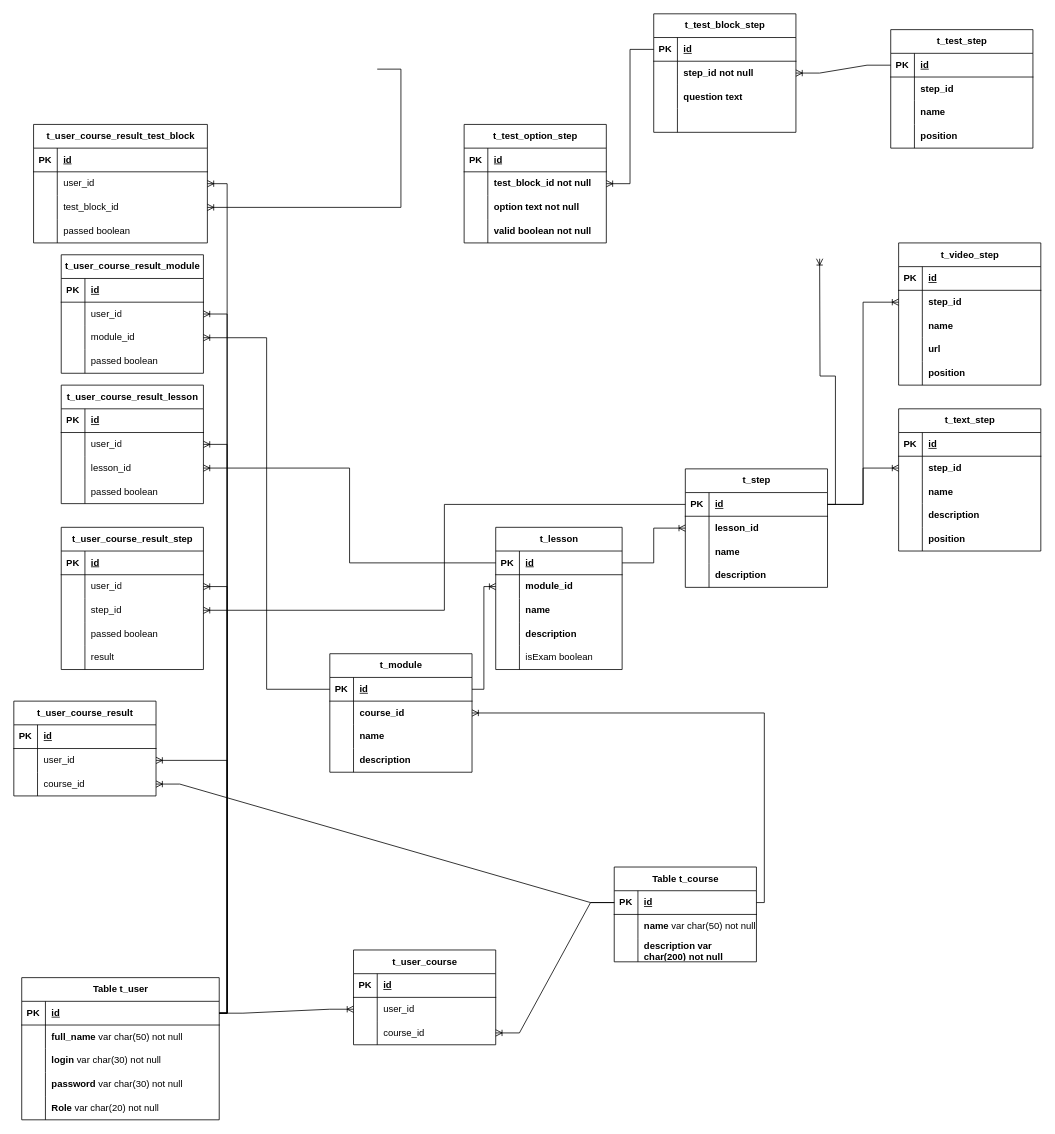
Qatarbae/School keeps this draw.io diagram as docs/brows.drawio. Above is the earlier version. Source tidied: cells renumbered, new cells numbered last; positions are measured from the earlier drawing's top-left corner, leaving out a move shared by most shapes. Both pictures are drawn from the tidied source at 79%, with x=0, y=0 at pixel (13, 13).
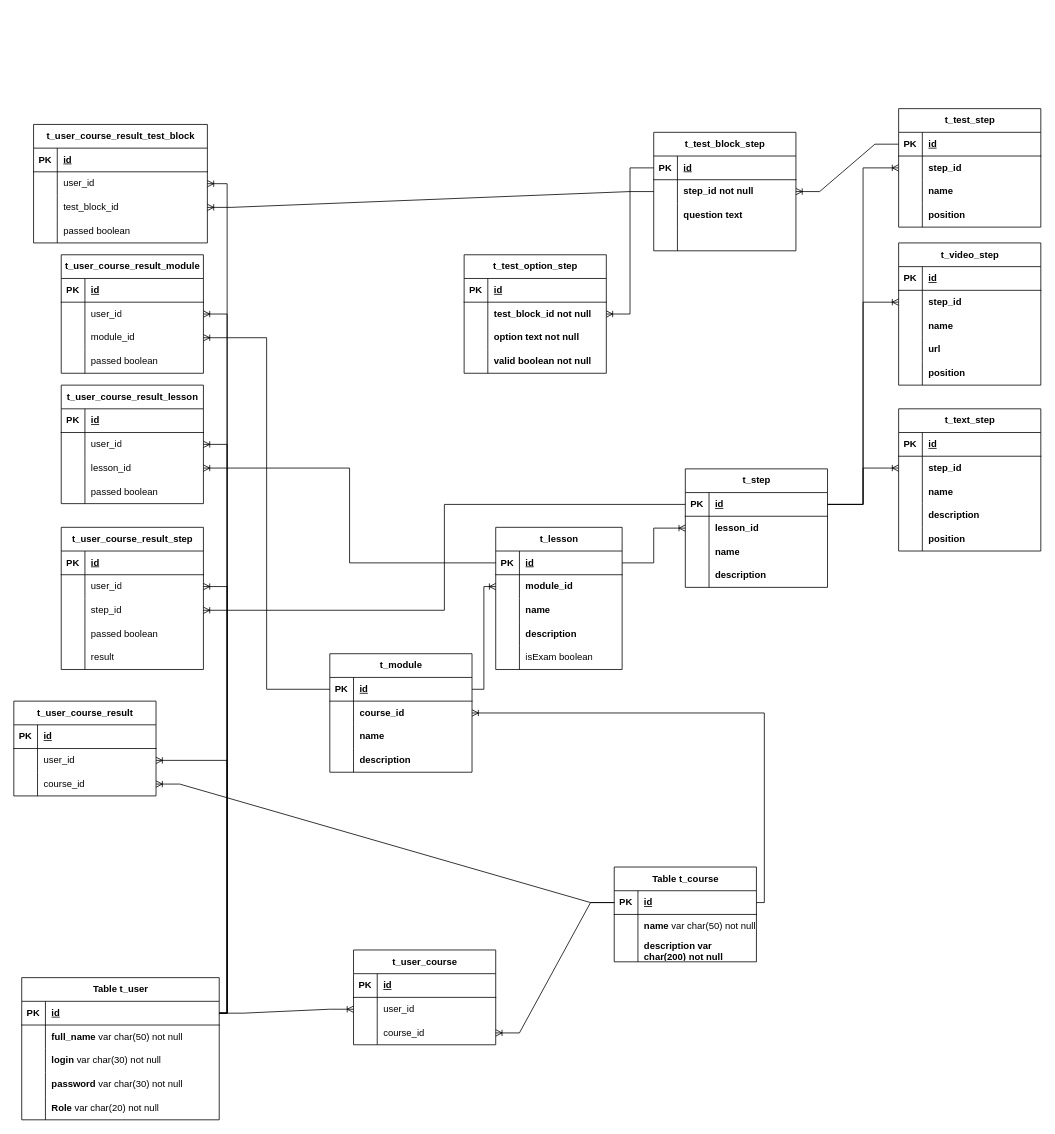
The same diagram, later.

Unchanged cells that the change refers to:
```xml
<mxCell id="100" style="shape=tableRow;horizontal=0;startSize=0;swimlaneHead=0;swimlaneBody=0;fillColor=none;points=[[0,0.5],[1,0.5]];portConstraint=eastwest;top=0;left=0;right=0;bottom=0;" parent="96" vertex="1">
  <mxGeometry y="60" width="180" height="30" as="geometry" />
</mxCell>
<mxCell id="140" style="shape=tableRow;horizontal=0;startSize=0;swimlaneHead=0;swimlaneBody=0;fillColor=none;points=[[0,0.5],[1,0.5]];portConstraint=eastwest;top=0;left=0;right=0;bottom=1;" parent="139" vertex="1">
  <mxGeometry y="30" width="180" height="30" as="geometry" />
</mxCell>
<mxCell id="210" style="shape=tableRow;horizontal=0;startSize=0;swimlaneHead=0;swimlaneBody=0;fillColor=none;points=[[0,0.5],[1,0.5]];portConstraint=eastwest;top=0;left=0;right=0;bottom=0;" parent="206" vertex="1">
  <mxGeometry y="60" width="180" height="30" as="geometry" />
</mxCell>
<mxCell id="228" style="shape=tableRow;horizontal=0;startSize=0;swimlaneHead=0;swimlaneBody=0;fillColor=none;points=[[0,0.5],[1,0.5]];portConstraint=eastwest;top=0;left=0;right=0;bottom=0;" parent="221" vertex="1">
  <mxGeometry y="90" width="220" height="30" as="geometry" />
</mxCell>
```

What changed in the source:
```diff
@@
     <mxCell id="96" value="t_test_step" style="shape=table;startSize=30;childLayout=tableLayout;rowLines=0;fontStyle=1;align=center;html=1;" parent="1" vertex="1">
-      <mxGeometry x="1110" y="20" width="180" height="150" as="geometry" />
+      <mxGeometry x="1120" y="120" width="180" height="150" as="geometry" />
     </mxCell>
@@
     <mxCell id="109" value="t_test_option_step" style="shape=table;startSize=30;childLayout=tableLayout;rowLines=0;fontStyle=1;align=center;html=1;" parent="1" vertex="1">
-      <mxGeometry x="570" y="140" width="180" height="150" as="geometry" />
+      <mxGeometry x="570" y="305" width="180" height="150" as="geometry" />
     </mxCell>
@@
-    <mxCell id="154" style="edgeStyle=orthogonalEdgeStyle;fontSize=12;html=1;endArrow=ERoneToMany;rounded=0;exitX=1;exitY=0.5;exitDx=0;exitDy=0;" parent="1" edge="1" source="140">
-      <mxGeometry relative="1" as="geometry">
-        <mxPoint x="1020" y="310" as="targetPoint" />
-      </mxGeometry>
+    <mxCell id="154" style="edgeStyle=orthogonalEdgeStyle;fontSize=12;html=1;endArrow=ERoneToMany;rounded=0;exitX=1;exitY=0.5;exitDx=0;exitDy=0;entryX=0;entryY=0.5;entryDx=0;entryDy=0;" parent="1" edge="1" source="140" target="100">
+      <mxGeometry relative="1" as="geometry" />
     </mxCell>
@@
     <mxCell id="206" value="t_test_block_step" style="shape=table;startSize=30;childLayout=tableLayout;rowLines=0;fontStyle=1;align=center;html=1;" parent="1" vertex="1">
-      <mxGeometry x="810" width="180" height="150" as="geometry" />
+      <mxGeometry x="810" y="150" width="180" height="150" as="geometry" />
     </mxCell>
@@
-    <mxCell id="235" style="edgeStyle=entityRelationEdgeStyle;fontSize=12;html=1;endArrow=ERoneToMany;rounded=0;entryX=1;entryY=0.5;entryDx=0;entryDy=0;" parent="1" edge="1" target="228">
+    <mxCell id="235" style="edgeStyle=entityRelationEdgeStyle;fontSize=12;html=1;endArrow=ERoneToMany;rounded=0;entryX=1;entryY=0.5;entryDx=0;entryDy=0;exitX=0;exitY=0.5;exitDx=0;exitDy=0;" parent="1" edge="1" source="210" target="228">
       <mxGeometry relative="1" as="geometry">
-        <mxPoint x="460" y="70" as="sourcePoint" />
         <Array as="points">
           <mxPoint x="520" y="160" />
           <mxPoint x="550" y="145" />
         </Array>
       </mxGeometry>
     </mxCell>
```
